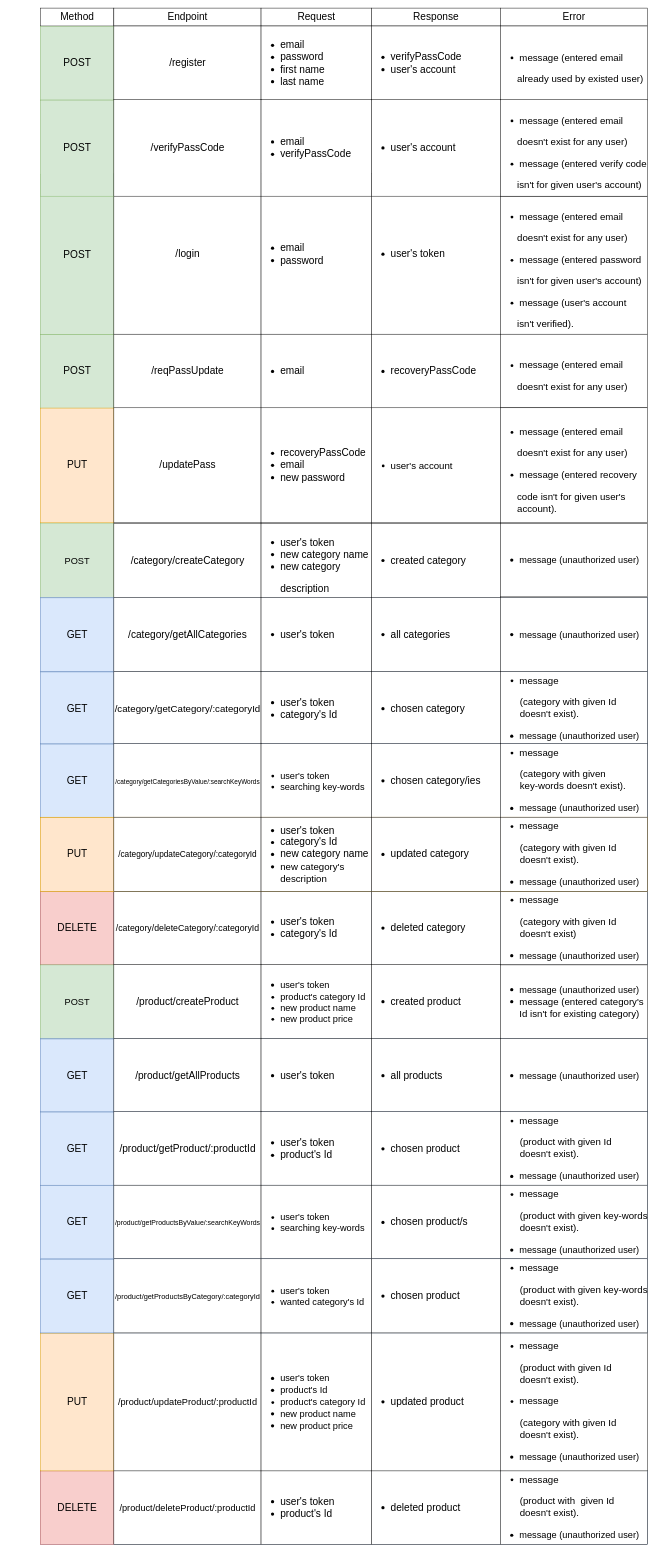
This is Documentation/requests_doc.drawio from CoffeePower100/The_Final_Project, a draw.io file, before an edit. Source tidied: cells renumbered, new cells numbered last; positions are measured from the earlier drawing's top-left corner, leaving out a move shared by most shapes. Both pictures are drawn from the tidied source at 46%, with x=0, y=0 at pixel (8, 8).
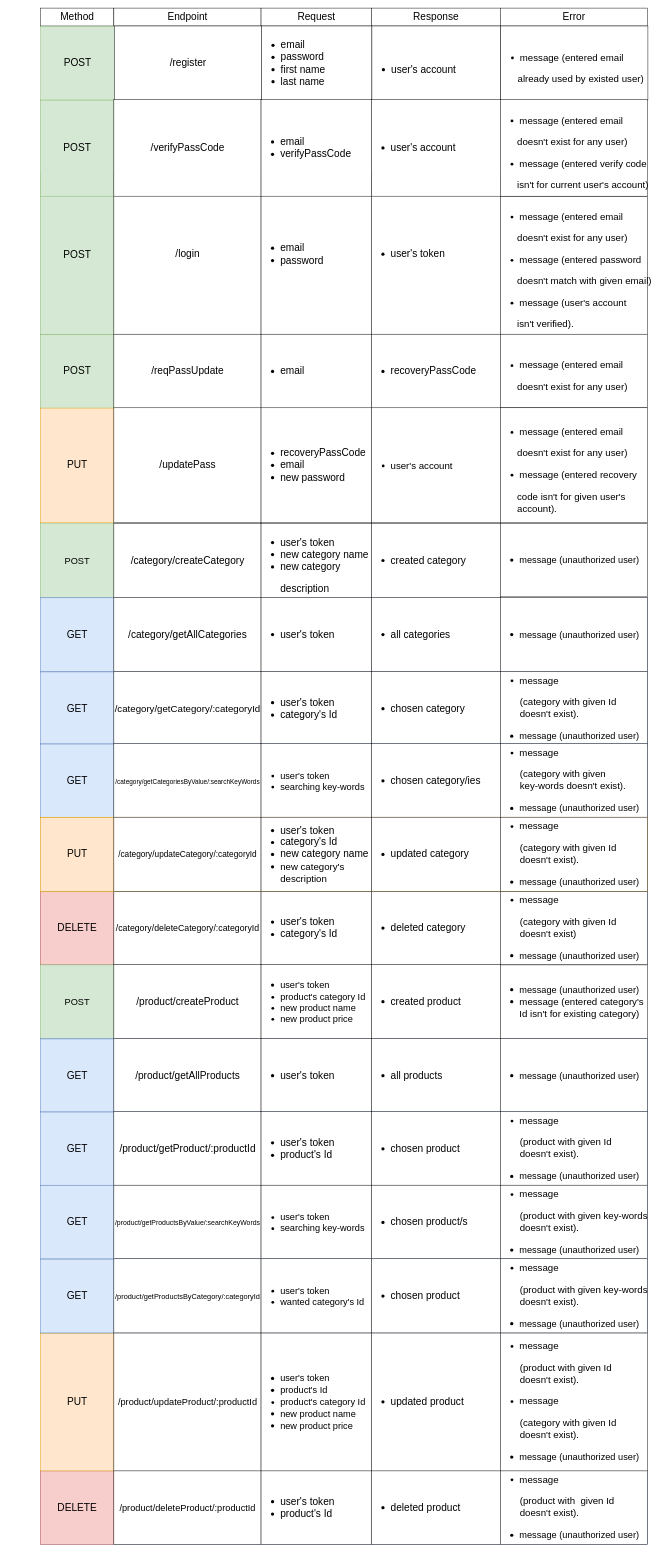
The same page after the edit.

The change refers to these unchanged cells:
```xml
<mxCell id="37" style="group;fontSize=22;" parent="1" vertex="1">
  <mxGeometry x="70" y="360.1" width="1330" height="350" as="geometry" />
</mxCell>
<mxCell id="49" style="group;fontSize=22;" parent="1" vertex="1">
  <mxGeometry x="70" y="199" width="1320" height="210" as="geometry" />
</mxCell>
```

Change to the diagram source:
```diff
@@
-    <mxCell id="42" value="&lt;ul style=&quot;font-size: 21px;&quot;&gt;&lt;li style=&quot;&quot;&gt;&lt;font style=&quot;font-size: 21px;&quot;&gt;message (entered email&lt;/font&gt;&lt;/li&gt;&lt;/ul&gt;&lt;span style=&quot;background-color: initial; font-size: 21px;&quot;&gt;&lt;font style=&quot;font-size: 21px;&quot;&gt;&lt;font style=&quot;font-size: 21px;&quot;&gt;&amp;nbsp; &amp;nbsp; &amp;nbsp; doesn't exist for any user)&lt;/font&gt;&lt;br&gt;&lt;/font&gt;&lt;/span&gt;&lt;ul style=&quot;font-size: 21px;&quot;&gt;&lt;li style=&quot;&quot;&gt;&lt;font style=&quot;font-size: 21px;&quot;&gt;message (entered password&lt;/font&gt;&lt;/li&gt;&lt;/ul&gt;&lt;span style=&quot;background-color: initial; font-size: 21px;&quot;&gt;&lt;font style=&quot;font-size: 21px;&quot;&gt;&lt;font style=&quot;font-size: 21px;&quot;&gt;&amp;nbsp; &amp;nbsp; &amp;nbsp; isn't for given user's account)&lt;br&gt;&lt;/font&gt;&lt;/font&gt;&lt;/span&gt;&lt;ul style=&quot;font-size: 21px;&quot;&gt;&lt;li&gt;message (user's account&lt;/li&gt;&lt;/ul&gt;&lt;span style=&quot;background-color: initial; font-size: 21px;&quot;&gt;&amp;nbsp; &amp;nbsp; &amp;nbsp; isn't verified).&lt;/span&gt;&lt;span style=&quot;background-color: initial; font-size: 21px;&quot;&gt;&lt;br&gt;&lt;/span&gt;" style="strokeWidth=1;fontStyle=0;html=1;align=left;fontSize=22;" parent="37" vertex="1">
+    <mxCell id="42" value="&lt;ul style=&quot;font-size: 21px;&quot;&gt;&lt;li style=&quot;&quot;&gt;&lt;font style=&quot;font-size: 21px;&quot;&gt;message (entered email&lt;/font&gt;&lt;/li&gt;&lt;/ul&gt;&lt;span style=&quot;background-color: initial; font-size: 21px;&quot;&gt;&lt;font style=&quot;font-size: 21px;&quot;&gt;&lt;font style=&quot;font-size: 21px;&quot;&gt;&amp;nbsp; &amp;nbsp; &amp;nbsp; doesn't exist for any user)&lt;/font&gt;&lt;br&gt;&lt;/font&gt;&lt;/span&gt;&lt;ul style=&quot;font-size: 21px;&quot;&gt;&lt;li style=&quot;&quot;&gt;&lt;font style=&quot;font-size: 21px;&quot;&gt;message (entered password&lt;/font&gt;&lt;/li&gt;&lt;/ul&gt;&lt;span style=&quot;background-color: initial; font-size: 21px;&quot;&gt;&lt;font style=&quot;font-size: 21px;&quot;&gt;&lt;font style=&quot;font-size: 21px;&quot;&gt;&amp;nbsp; &amp;nbsp; &amp;nbsp; doesn't match with given email)&lt;br&gt;&lt;/font&gt;&lt;/font&gt;&lt;/span&gt;&lt;ul style=&quot;font-size: 21px;&quot;&gt;&lt;li&gt;message (user's account&lt;/li&gt;&lt;/ul&gt;&lt;span style=&quot;background-color: initial; font-size: 21px;&quot;&gt;&amp;nbsp; &amp;nbsp; &amp;nbsp; isn't verified).&lt;/span&gt;&lt;span style=&quot;background-color: initial; font-size: 21px;&quot;&gt;&lt;br&gt;&lt;/span&gt;" style="strokeWidth=1;fontStyle=0;html=1;align=left;fontSize=22;" parent="37" vertex="1">
       <mxGeometry x="1000" y="48.9" width="320" height="301.1" as="geometry" />
     </mxCell>
     <mxCell id="43" style="group;fontSize=22;" parent="1" vertex="1">
-      <mxGeometry x="70" y="39" width="1320" height="161.1" as="geometry" />
+      <mxGeometry x="71" y="39" width="1320" height="161.1" as="geometry" />
     </mxCell>
@@
-    <mxCell id="47" value="&lt;div style=&quot;font-size: 22px;&quot;&gt;&lt;div style=&quot;font-size: 22px;&quot;&gt;&lt;ul&gt;&lt;li&gt;verifyPassCode&lt;/li&gt;&lt;li&gt;user's account&lt;/li&gt;&lt;/ul&gt;&lt;/div&gt;&lt;/div&gt;" style="strokeWidth=1;fontStyle=0;html=1;align=left;fontSize=22;" parent="43" vertex="1">
+    <mxCell id="47" value="&lt;div style=&quot;font-size: 22px;&quot;&gt;&lt;div style=&quot;font-size: 22px;&quot;&gt;&lt;br&gt;&lt;ul&gt;&lt;li&gt;user's account&lt;/li&gt;&lt;/ul&gt;&lt;/div&gt;&lt;/div&gt;" style="strokeWidth=1;fontStyle=0;html=1;align=left;fontSize=22;" parent="43" vertex="1">
       <mxGeometry x="720" width="280" height="161.1" as="geometry" />
     </mxCell>
@@
-    <mxCell id="54" value="&lt;ul style=&quot;font-size: 21px;&quot;&gt;&lt;li style=&quot;&quot;&gt;&lt;font style=&quot;font-size: 21px;&quot;&gt;message (entered email&lt;/font&gt;&lt;/li&gt;&lt;/ul&gt;&lt;span style=&quot;background-color: initial; font-size: 21px;&quot;&gt;&lt;font style=&quot;font-size: 21px;&quot;&gt;&lt;font style=&quot;font-size: 21px;&quot;&gt;&amp;nbsp; &amp;nbsp; &amp;nbsp; doesn't exist for any user)&lt;/font&gt;&lt;br&gt;&lt;/font&gt;&lt;/span&gt;&lt;ul style=&quot;font-size: 21px;&quot;&gt;&lt;li style=&quot;&quot;&gt;&lt;font style=&quot;font-size: 21px;&quot;&gt;message (entered verify code&lt;/font&gt;&lt;/li&gt;&lt;/ul&gt;&lt;span style=&quot;background-color: initial; font-size: 21px;&quot;&gt;&lt;font style=&quot;font-size: 21px;&quot;&gt;&lt;font style=&quot;font-size: 21px;&quot;&gt;&amp;nbsp; &amp;nbsp; &amp;nbsp; isn't for given user's account)&lt;/font&gt;&lt;/font&gt;&lt;/span&gt;&lt;span style=&quot;background-color: initial; font-size: 21px;&quot;&gt;&lt;br&gt;&lt;/span&gt;" style="strokeWidth=1;fontStyle=0;html=1;align=left;fontSize=22;" parent="49" vertex="1">
+    <mxCell id="54" value="&lt;ul style=&quot;font-size: 21px;&quot;&gt;&lt;li style=&quot;&quot;&gt;&lt;font style=&quot;font-size: 21px;&quot;&gt;message (entered email&lt;/font&gt;&lt;/li&gt;&lt;/ul&gt;&lt;span style=&quot;background-color: initial; font-size: 21px;&quot;&gt;&lt;font style=&quot;font-size: 21px;&quot;&gt;&lt;font style=&quot;font-size: 21px;&quot;&gt;&amp;nbsp; &amp;nbsp; &amp;nbsp; doesn't exist for any user)&lt;/font&gt;&lt;br&gt;&lt;/font&gt;&lt;/span&gt;&lt;ul style=&quot;font-size: 21px;&quot;&gt;&lt;li style=&quot;&quot;&gt;&lt;font style=&quot;font-size: 21px;&quot;&gt;message (entered verify code&lt;/font&gt;&lt;/li&gt;&lt;/ul&gt;&lt;span style=&quot;background-color: initial; font-size: 21px;&quot;&gt;&lt;font style=&quot;font-size: 21px;&quot;&gt;&lt;font style=&quot;font-size: 21px;&quot;&gt;&amp;nbsp; &amp;nbsp; &amp;nbsp; isn't for current user's account)&lt;/font&gt;&lt;/font&gt;&lt;/span&gt;&lt;span style=&quot;background-color: initial; font-size: 21px;&quot;&gt;&lt;br&gt;&lt;/span&gt;" style="strokeWidth=1;fontStyle=0;html=1;align=left;fontSize=22;" parent="49" vertex="1">
       <mxGeometry x="1000" width="320" height="210" as="geometry" />
     </mxCell>
```
